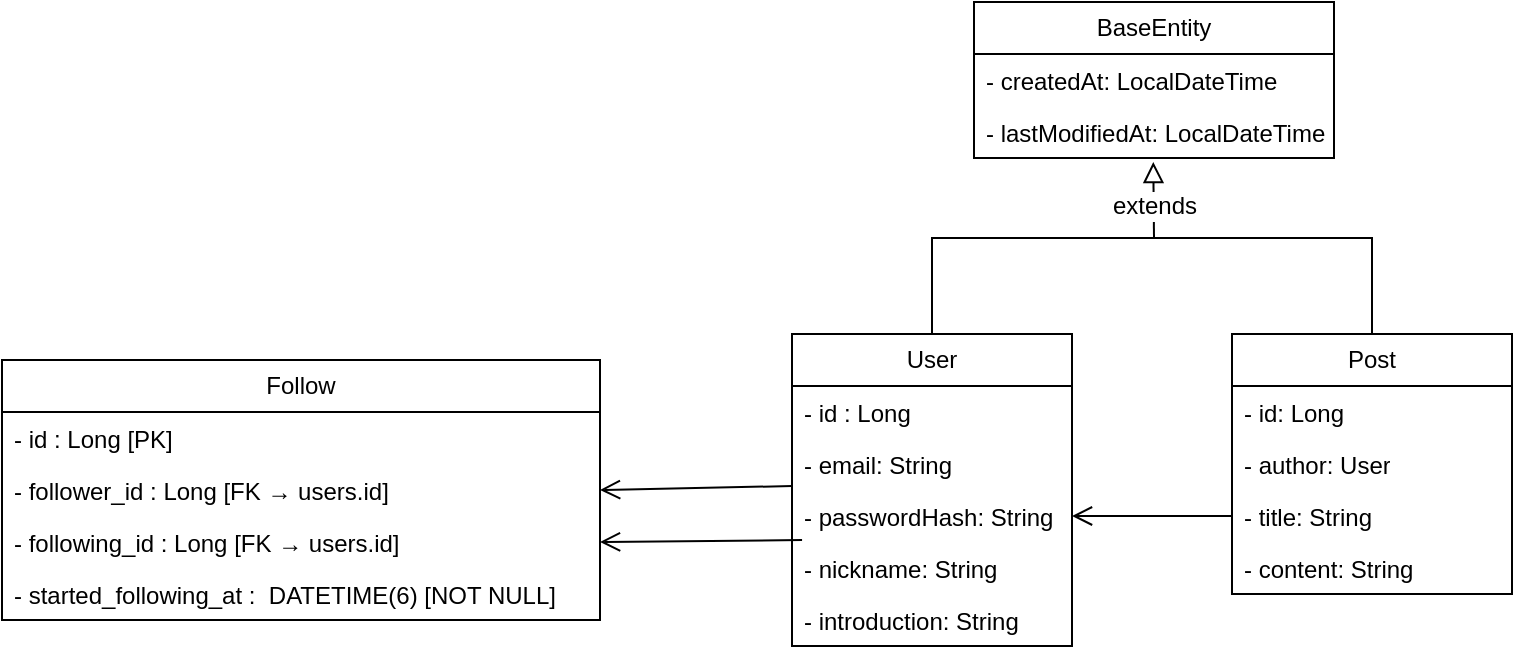
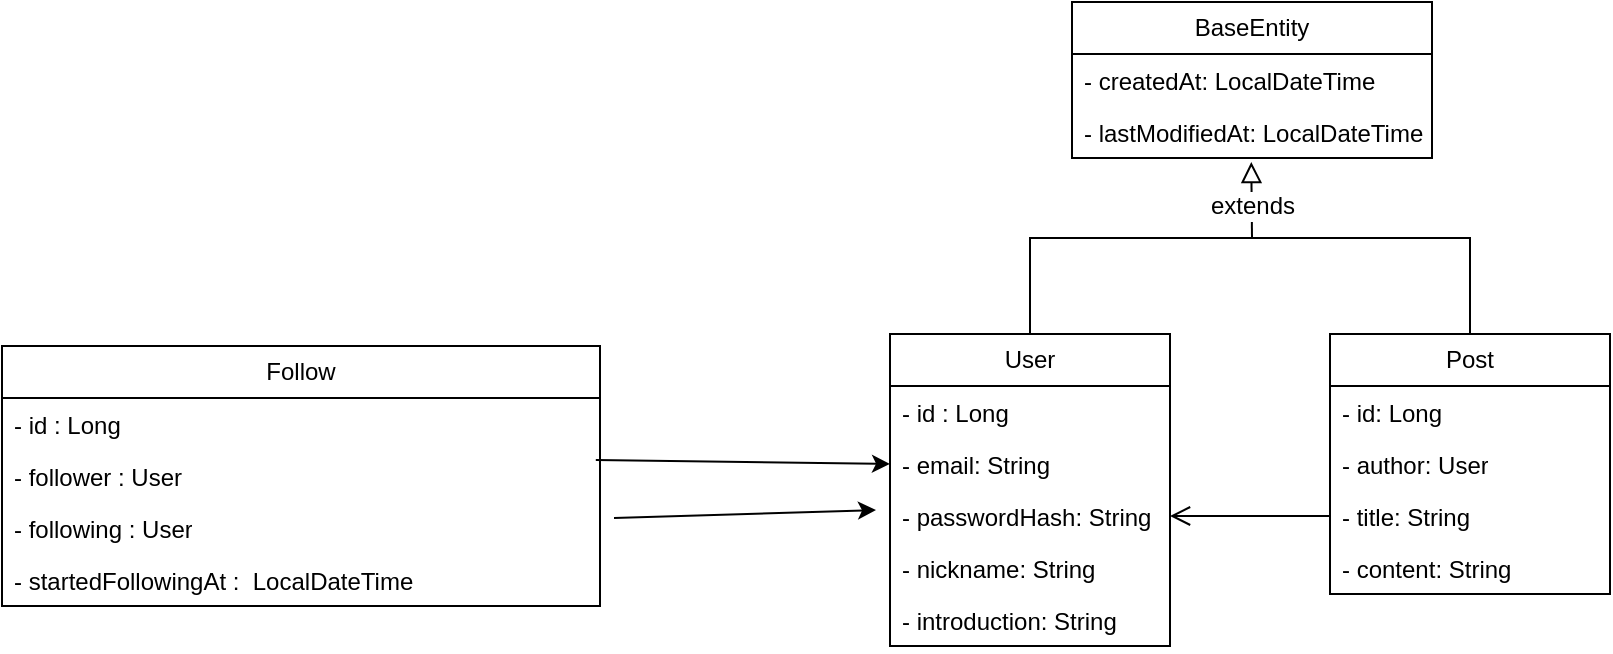
- <mxfile host="drawio-plugin" agent="Mozilla/5.0 (Macintosh; Intel Mac OS X 10_15_7) AppleWebKit/537.36 (KHTML, like Gecko) Chrome/122.0.0.0 Safari/537.36" modified="2025-05-29T01:55:13.609Z" version="22.1.22" etag="y9rKlF-mqLzcREUr3D5l" type="embed">
+ <mxfile host="drawio-plugin" agent="Mozilla/5.0 (Macintosh; Intel Mac OS X 10_15_7) AppleWebKit/537.36 (KHTML, like Gecko) Chrome/122.0.0.0 Safari/537.36" modified="2025-05-29T05:39:47.074Z" etag="7X87bdNJ9WSAkXWSQJlC" version="22.1.22" type="embed">
  <diagram name="페이지-1" id="qdJbddIW_9dWHHW8n-yl">
-     <mxGraphModel dx="2116" dy="1500" grid="0" gridSize="10" guides="1" tooltips="1" connect="1" arrows="1" fold="1" page="0" pageScale="1" pageWidth="827" pageHeight="1169" math="0" shadow="0">
+     <mxGraphModel dx="1928" dy="1064" grid="0" gridSize="10" guides="1" tooltips="1" connect="1" arrows="1" fold="1" page="0" pageScale="1" pageWidth="827" pageHeight="1169" math="0" shadow="0">
      <root>
        <mxCell id="0" />
        <mxCell id="1" parent="0" />
        <mxCell id="TpLILzVWGaebTeJeHiBi-45" style="edgeStyle=elbowEdgeStyle;rounded=0;orthogonalLoop=1;jettySize=auto;html=1;exitX=0.5;exitY=0;exitDx=0;exitDy=0;fontSize=12;startSize=8;endSize=8;endArrow=none;startFill=0;" parent="1" source="TpLILzVWGaebTeJeHiBi-1" target="TpLILzVWGaebTeJeHiBi-38" edge="1">
          <mxGeometry relative="1" as="geometry">
            <Array as="points">
              <mxPoint x="220" y="-94" />
            </Array>
          </mxGeometry>
        </mxCell>
        <mxCell id="TpLILzVWGaebTeJeHiBi-1" value="Post" style="swimlane;fontStyle=0;childLayout=stackLayout;horizontal=1;startSize=26;fillColor=none;horizontalStack=0;resizeParent=1;resizeParentMax=0;resizeLast=0;collapsible=1;marginBottom=0;whiteSpace=wrap;html=1;" parent="1" vertex="1">
          <mxGeometry x="150" y="-85" width="140" height="130" as="geometry" />
        </mxCell>
        <mxCell id="TpLILzVWGaebTeJeHiBi-2" value="- id: Long&lt;div&gt;&lt;br&gt;&lt;/div&gt;" style="text;strokeColor=none;fillColor=none;align=left;verticalAlign=top;spacingLeft=4;spacingRight=4;overflow=hidden;rotatable=0;points=[[0,0.5],[1,0.5]];portConstraint=eastwest;whiteSpace=wrap;html=1;" parent="TpLILzVWGaebTeJeHiBi-1" vertex="1">
          <mxGeometry y="26" width="140" height="26" as="geometry" />
        </mxCell>
        <mxCell id="VlN0SkK0XIcAWpLSKb7j-1" value="&lt;div&gt;- author: User&lt;/div&gt;" style="text;strokeColor=none;fillColor=none;align=left;verticalAlign=top;spacingLeft=4;spacingRight=4;overflow=hidden;rotatable=0;points=[[0,0.5],[1,0.5]];portConstraint=eastwest;whiteSpace=wrap;html=1;" parent="TpLILzVWGaebTeJeHiBi-1" vertex="1">
          <mxGeometry y="52" width="140" height="26" as="geometry" />
        </mxCell>
        <mxCell id="TpLILzVWGaebTeJeHiBi-3" value="- title: String" style="text;strokeColor=none;fillColor=none;align=left;verticalAlign=top;spacingLeft=4;spacingRight=4;overflow=hidden;rotatable=0;points=[[0,0.5],[1,0.5]];portConstraint=eastwest;whiteSpace=wrap;html=1;" parent="TpLILzVWGaebTeJeHiBi-1" vertex="1">
          <mxGeometry y="78" width="140" height="26" as="geometry" />
        </mxCell>
        <mxCell id="TpLILzVWGaebTeJeHiBi-4" value="- content: String" style="text;strokeColor=none;fillColor=none;align=left;verticalAlign=top;spacingLeft=4;spacingRight=4;overflow=hidden;rotatable=0;points=[[0,0.5],[1,0.5]];portConstraint=eastwest;whiteSpace=wrap;html=1;" parent="TpLILzVWGaebTeJeHiBi-1" vertex="1">
          <mxGeometry y="104" width="140" height="26" as="geometry" />
        </mxCell>
        <mxCell id="TpLILzVWGaebTeJeHiBi-43" style="edgeStyle=elbowEdgeStyle;rounded=0;orthogonalLoop=1;jettySize=auto;html=1;exitX=0.5;exitY=0;exitDx=0;exitDy=0;fontSize=12;startSize=8;endSize=8;endArrow=none;startFill=0;" parent="1" source="TpLILzVWGaebTeJeHiBi-5" target="TpLILzVWGaebTeJeHiBi-38" edge="1">
          <mxGeometry relative="1" as="geometry">
            <Array as="points">
              <mxPoint y="-112" />
            </Array>
          </mxGeometry>
        </mxCell>
        <mxCell id="TpLILzVWGaebTeJeHiBi-5" value="User" style="swimlane;fontStyle=0;childLayout=stackLayout;horizontal=1;startSize=26;fillColor=none;horizontalStack=0;resizeParent=1;resizeParentMax=0;resizeLast=0;collapsible=1;marginBottom=0;whiteSpace=wrap;html=1;" parent="1" vertex="1">
          <mxGeometry x="-70" y="-85" width="140" height="156" as="geometry" />
        </mxCell>
        <mxCell id="TpLILzVWGaebTeJeHiBi-6" value="- id : Long" style="text;strokeColor=none;fillColor=none;align=left;verticalAlign=top;spacingLeft=4;spacingRight=4;overflow=hidden;rotatable=0;points=[[0,0.5],[1,0.5]];portConstraint=eastwest;whiteSpace=wrap;html=1;" parent="TpLILzVWGaebTeJeHiBi-5" vertex="1">
          <mxGeometry y="26" width="140" height="26" as="geometry" />
        </mxCell>
        <mxCell id="TpLILzVWGaebTeJeHiBi-7" value="- email: String" style="text;strokeColor=none;fillColor=none;align=left;verticalAlign=top;spacingLeft=4;spacingRight=4;overflow=hidden;rotatable=0;points=[[0,0.5],[1,0.5]];portConstraint=eastwest;whiteSpace=wrap;html=1;" parent="TpLILzVWGaebTeJeHiBi-5" vertex="1">
          <mxGeometry y="52" width="140" height="26" as="geometry" />
        </mxCell>
        <mxCell id="TpLILzVWGaebTeJeHiBi-8" value="- passwordHash: String&lt;div&gt;&lt;br&gt;&lt;/div&gt;" style="text;strokeColor=none;fillColor=none;align=left;verticalAlign=top;spacingLeft=4;spacingRight=4;overflow=hidden;rotatable=0;points=[[0,0.5],[1,0.5]];portConstraint=eastwest;whiteSpace=wrap;html=1;" parent="TpLILzVWGaebTeJeHiBi-5" vertex="1">
          <mxGeometry y="78" width="140" height="26" as="geometry" />
        </mxCell>
        <mxCell id="TpLILzVWGaebTeJeHiBi-20" value="- nickname: String" style="text;strokeColor=none;fillColor=none;align=left;verticalAlign=top;spacingLeft=4;spacingRight=4;overflow=hidden;rotatable=0;points=[[0,0.5],[1,0.5]];portConstraint=eastwest;whiteSpace=wrap;html=1;" parent="TpLILzVWGaebTeJeHiBi-5" vertex="1">
          <mxGeometry y="104" width="140" height="26" as="geometry" />
        </mxCell>
        <mxCell id="TpLILzVWGaebTeJeHiBi-17" value="&lt;div&gt;- introduction: String&lt;/div&gt;" style="text;strokeColor=none;fillColor=none;align=left;verticalAlign=top;spacingLeft=4;spacingRight=4;overflow=hidden;rotatable=0;points=[[0,0.5],[1,0.5]];portConstraint=eastwest;whiteSpace=wrap;html=1;" parent="TpLILzVWGaebTeJeHiBi-5" vertex="1">
          <mxGeometry y="130" width="140" height="26" as="geometry" />
        </mxCell>
        <mxCell id="TpLILzVWGaebTeJeHiBi-21" value="BaseEntity" style="swimlane;fontStyle=0;childLayout=stackLayout;horizontal=1;startSize=26;fillColor=none;horizontalStack=0;resizeParent=1;resizeParentMax=0;resizeLast=0;collapsible=1;marginBottom=0;whiteSpace=wrap;html=1;" parent="1" vertex="1">
          <mxGeometry x="21" y="-251" width="180" height="78" as="geometry" />
        </mxCell>
        <mxCell id="TpLILzVWGaebTeJeHiBi-22" value="- createdAt: LocalDateTime" style="text;strokeColor=none;fillColor=none;align=left;verticalAlign=top;spacingLeft=4;spacingRight=4;overflow=hidden;rotatable=0;points=[[0,0.5],[1,0.5]];portConstraint=eastwest;whiteSpace=wrap;html=1;" parent="TpLILzVWGaebTeJeHiBi-21" vertex="1">
          <mxGeometry y="26" width="180" height="26" as="geometry" />
        </mxCell>
        <mxCell id="TpLILzVWGaebTeJeHiBi-23" value="- lastModifiedAt: LocalDateTime" style="text;strokeColor=none;fillColor=none;align=left;verticalAlign=top;spacingLeft=4;spacingRight=4;overflow=hidden;rotatable=0;points=[[0,0.5],[1,0.5]];portConstraint=eastwest;whiteSpace=wrap;html=1;" parent="TpLILzVWGaebTeJeHiBi-21" vertex="1">
          <mxGeometry y="52" width="180" height="26" as="geometry" />
        </mxCell>
        <mxCell id="TpLILzVWGaebTeJeHiBi-37" style="edgeStyle=none;curved=1;rounded=0;orthogonalLoop=1;jettySize=auto;html=1;exitX=0;exitY=0.5;exitDx=0;exitDy=0;entryX=1;entryY=0.5;entryDx=0;entryDy=0;fontSize=12;startSize=8;endSize=8;endArrow=open;endFill=0;" parent="1" source="TpLILzVWGaebTeJeHiBi-3" target="TpLILzVWGaebTeJeHiBi-8" edge="1">
          <mxGeometry relative="1" as="geometry" />
        </mxCell>
        <mxCell id="TpLILzVWGaebTeJeHiBi-38" value="" style="shape=waypoint;sketch=0;size=6;pointerEvents=1;points=[];fillColor=none;resizable=0;rotatable=0;perimeter=centerPerimeter;snapToPoint=1;opacity=0;" parent="1" vertex="1">
          <mxGeometry x="101" y="-143" width="20" height="20" as="geometry" />
        </mxCell>
        <mxCell id="TpLILzVWGaebTeJeHiBi-46" style="edgeStyle=none;curved=1;rounded=0;orthogonalLoop=1;jettySize=auto;html=1;entryX=0.498;entryY=1.077;entryDx=0;entryDy=0;entryPerimeter=0;fontSize=12;startSize=8;endSize=8;endArrow=block;endFill=0;" parent="1" source="TpLILzVWGaebTeJeHiBi-38" target="TpLILzVWGaebTeJeHiBi-23" edge="1">
          <mxGeometry relative="1" as="geometry" />
        </mxCell>
        <mxCell id="TpLILzVWGaebTeJeHiBi-47" value="extends" style="edgeLabel;html=1;align=center;verticalAlign=middle;resizable=0;points=[];fontSize=12;" parent="TpLILzVWGaebTeJeHiBi-46" vertex="1" connectable="0">
          <mxGeometry x="-0.1576" relative="1" as="geometry">
            <mxPoint as="offset" />
          </mxGeometry>
        </mxCell>
-         <mxCell id="3" value="Follow" style="swimlane;fontStyle=0;childLayout=stackLayout;horizontal=1;startSize=26;fillColor=none;horizontalStack=0;resizeParent=1;resizeParentMax=0;resizeLast=0;collapsible=1;marginBottom=0;whiteSpace=wrap;html=1;" vertex="1" parent="1">
-           <mxGeometry x="-465" y="-72" width="299" height="130" as="geometry" />
+         <mxCell id="3" value="Follow" style="swimlane;fontStyle=0;childLayout=stackLayout;horizontal=1;startSize=26;fillColor=none;horizontalStack=0;resizeParent=1;resizeParentMax=0;resizeLast=0;collapsible=1;marginBottom=0;whiteSpace=wrap;html=1;" parent="1" vertex="1">
+           <mxGeometry x="-514" y="-79" width="299" height="130" as="geometry" />
        </mxCell>
-         <mxCell id="4" value="- id : Long [PK]" style="text;strokeColor=none;fillColor=none;align=left;verticalAlign=top;spacingLeft=4;spacingRight=4;overflow=hidden;rotatable=0;points=[[0,0.5],[1,0.5]];portConstraint=eastwest;whiteSpace=wrap;html=1;" vertex="1" parent="3">
+         <mxCell id="4" value="- id : Long&amp;nbsp;" style="text;strokeColor=none;fillColor=none;align=left;verticalAlign=top;spacingLeft=4;spacingRight=4;overflow=hidden;rotatable=0;points=[[0,0.5],[1,0.5]];portConstraint=eastwest;whiteSpace=wrap;html=1;" parent="3" vertex="1">
          <mxGeometry y="26" width="299" height="26" as="geometry" />
        </mxCell>
-         <mxCell id="5" value="- follower_id : Long&amp;nbsp;[FK → users.id]" style="text;strokeColor=none;fillColor=none;align=left;verticalAlign=top;spacingLeft=4;spacingRight=4;overflow=hidden;rotatable=0;points=[[0,0.5],[1,0.5]];portConstraint=eastwest;whiteSpace=wrap;html=1;" vertex="1" parent="3">
+         <mxCell id="5" value="- follower : User" style="text;strokeColor=none;fillColor=none;align=left;verticalAlign=top;spacingLeft=4;spacingRight=4;overflow=hidden;rotatable=0;points=[[0,0.5],[1,0.5]];portConstraint=eastwest;whiteSpace=wrap;html=1;" parent="3" vertex="1">
          <mxGeometry y="52" width="299" height="26" as="geometry" />
        </mxCell>
-         <mxCell id="6" value="- following_id : Long&amp;nbsp;[FK → users.id]" style="text;strokeColor=none;fillColor=none;align=left;verticalAlign=top;spacingLeft=4;spacingRight=4;overflow=hidden;rotatable=0;points=[[0,0.5],[1,0.5]];portConstraint=eastwest;whiteSpace=wrap;html=1;" vertex="1" parent="3">
+         <mxCell id="6" value="- following : User" style="text;strokeColor=none;fillColor=none;align=left;verticalAlign=top;spacingLeft=4;spacingRight=4;overflow=hidden;rotatable=0;points=[[0,0.5],[1,0.5]];portConstraint=eastwest;whiteSpace=wrap;html=1;" parent="3" vertex="1">
          <mxGeometry y="78" width="299" height="26" as="geometry" />
        </mxCell>
-         <mxCell id="7" value="-&amp;nbsp;started_following_at :&amp;nbsp;&amp;nbsp;DATETIME(6) [NOT NULL]" style="text;strokeColor=none;fillColor=none;align=left;verticalAlign=top;spacingLeft=4;spacingRight=4;overflow=hidden;rotatable=0;points=[[0,0.5],[1,0.5]];portConstraint=eastwest;whiteSpace=wrap;html=1;" vertex="1" parent="3">
+         <mxCell id="7" value="-&amp;nbsp;startedFollowingAt :&amp;nbsp; LocalDateTime" style="text;strokeColor=none;fillColor=none;align=left;verticalAlign=top;spacingLeft=4;spacingRight=4;overflow=hidden;rotatable=0;points=[[0,0.5],[1,0.5]];portConstraint=eastwest;whiteSpace=wrap;html=1;" parent="3" vertex="1">
          <mxGeometry y="104" width="299" height="26" as="geometry" />
        </mxCell>
-         <mxCell id="12" style="edgeStyle=none;curved=1;rounded=0;orthogonalLoop=1;jettySize=auto;html=1;exitX=0.036;exitY=-0.038;exitDx=0;exitDy=0;entryX=1;entryY=0.5;entryDx=0;entryDy=0;fontSize=12;startSize=8;endSize=8;endArrow=open;endFill=0;exitPerimeter=0;" edge="1" parent="1" source="TpLILzVWGaebTeJeHiBi-20" target="6">
-           <mxGeometry relative="1" as="geometry">
-             <mxPoint x="-66" y="14" as="sourcePoint" />
-             <mxPoint x="-146" y="14" as="targetPoint" />
+         <mxCell id="13" value="" style="endArrow=classic;html=1;rounded=0;exitX=0.993;exitY=0.192;exitDx=0;exitDy=0;exitPerimeter=0;entryX=0;entryY=0.5;entryDx=0;entryDy=0;" edge="1" parent="1" source="5" target="TpLILzVWGaebTeJeHiBi-7">
+           <mxGeometry width="50" height="50" relative="1" as="geometry">
+             <mxPoint x="-113" y="-6" as="sourcePoint" />
+             <mxPoint x="-63" y="-56" as="targetPoint" />
+             <Array as="points" />
          </mxGeometry>
        </mxCell>
-         <mxCell id="13" style="edgeStyle=none;curved=1;rounded=0;orthogonalLoop=1;jettySize=auto;html=1;exitX=0;exitY=-0.077;exitDx=0;exitDy=0;entryX=1;entryY=0.5;entryDx=0;entryDy=0;fontSize=12;startSize=8;endSize=8;endArrow=open;endFill=0;exitPerimeter=0;" edge="1" parent="1" source="TpLILzVWGaebTeJeHiBi-8" target="5">
-           <mxGeometry relative="1" as="geometry">
-             <mxPoint x="-70" y="-20" as="sourcePoint" />
-             <mxPoint x="-166" y="-13" as="targetPoint" />
+         <mxCell id="16" value="" style="endArrow=classic;html=1;rounded=0;exitX=0.99;exitY=-0.077;exitDx=0;exitDy=0;exitPerimeter=0;" edge="1" parent="1">
+           <mxGeometry width="50" height="50" relative="1" as="geometry">
+             <mxPoint x="-208" y="7" as="sourcePoint" />
+             <mxPoint x="-77" y="3" as="targetPoint" />
            <Array as="points" />
          </mxGeometry>
        </mxCell>
      </root>
    </mxGraphModel>
  </diagram>
</mxfile>
